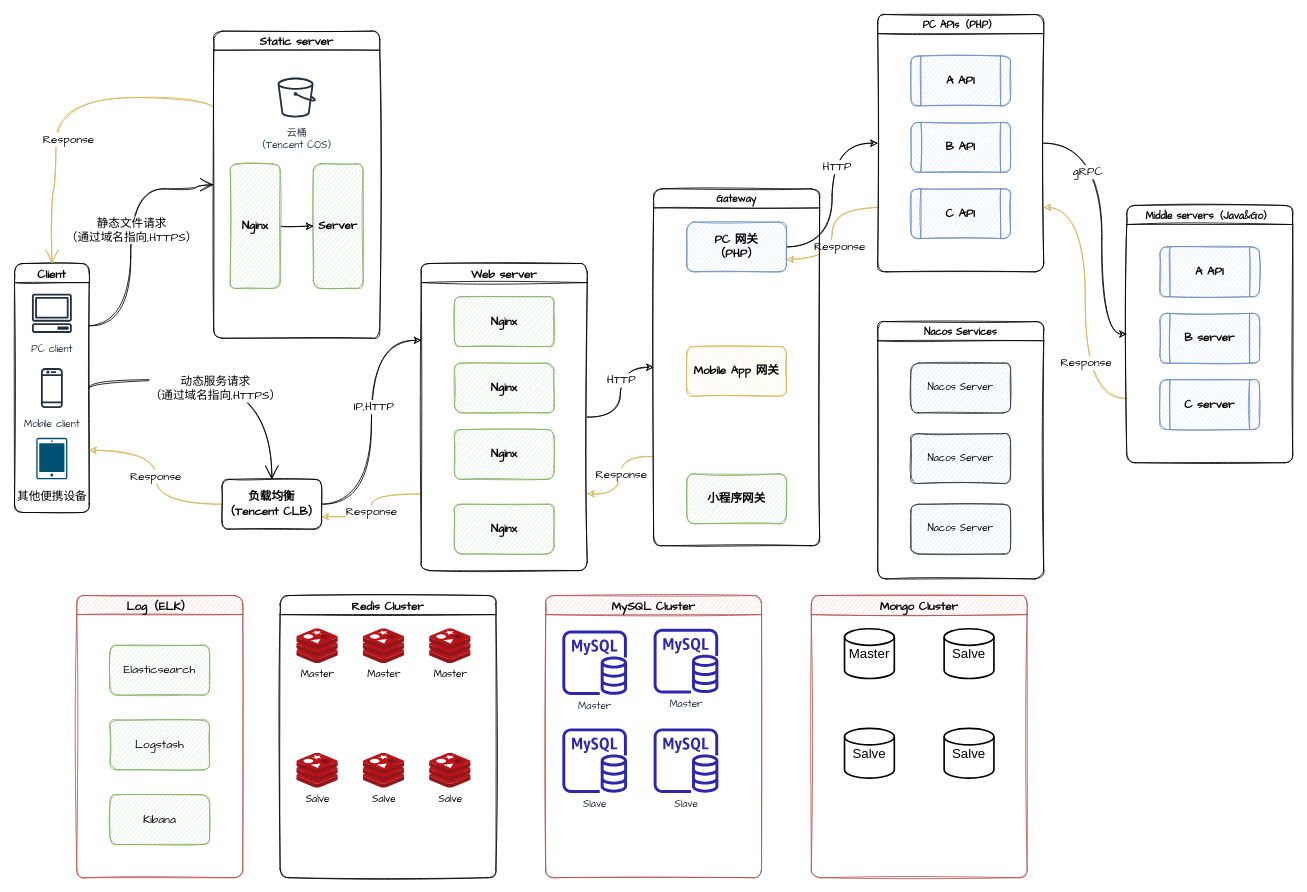
Earlier version of the draw.io diagram diagrams.net/jiagoutu.drawio (karoc/karoc). Source tidied: cells renumbered, new cells numbered last; positions are measured from the earlier drawing's top-left corner, leaving out a move shared by most shapes. Both pictures are drawn from the tidied source at 83%, with x=0, y=0 at pixel (14, 14).
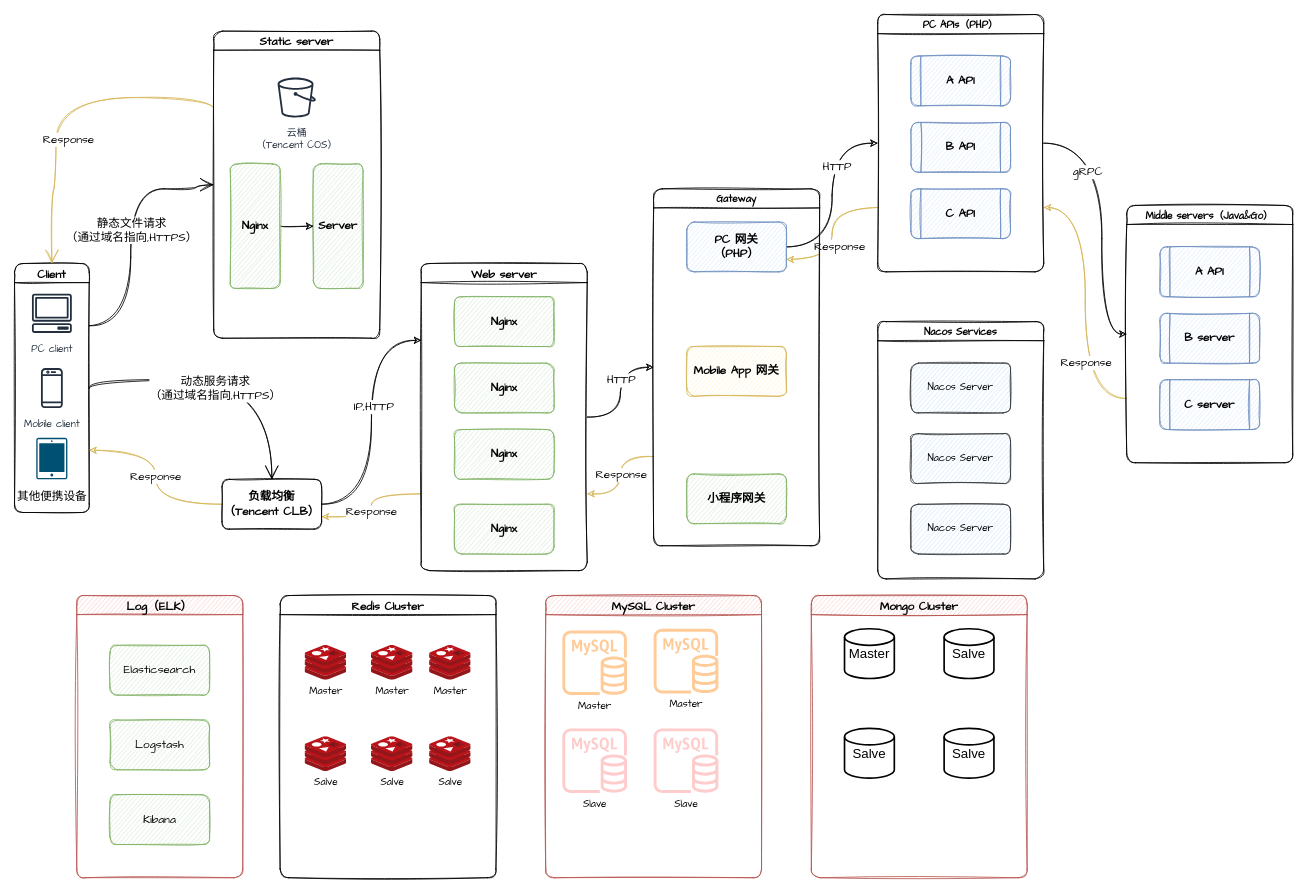
The same diagram, later.

The change refers to these unchanged cells:
```xml
<mxCell id="56" value="Redis Cluster" style="swimlane;rounded=1;sketch=1;fontFamily=Comic Sans MS;fontSize=14;" parent="1" vertex="1">
  <mxGeometry x="320" y="700" width="260" height="340" as="geometry" />
</mxCell>
<mxCell id="63" value="MySQL Cluster" style="swimlane;rounded=1;sketch=1;fontFamily=Comic Sans MS;fontSize=14;fillColor=#f8cecc;strokeColor=#b85450;" parent="1" vertex="1">
  <mxGeometry x="640" y="700" width="260" height="340" as="geometry" />
</mxCell>
```

The edit, as a diff of the source:
```diff
@@
     <mxCell id="57" value="Master" style="sketch=0;html=1;align=center;image;fontSize=12;image=img/lib/mscae/Cache_Redis_Product.svg;rounded=1;fontFamily=Comic Sans MS;" parent="56" vertex="1">
-      <mxGeometry x="20" y="40" width="50" height="42" as="geometry" />
+      <mxGeometry x="30" y="60" width="50" height="42" as="geometry" />
     </mxCell>
     <mxCell id="58" value="Master" style="sketch=0;html=1;align=center;image;fontSize=12;image=img/lib/mscae/Cache_Redis_Product.svg;rounded=1;fontFamily=Comic Sans MS;" parent="56" vertex="1">
-      <mxGeometry x="100" y="40" width="50" height="42" as="geometry" />
+      <mxGeometry x="110" y="60" width="50" height="42" as="geometry" />
     </mxCell>
     <mxCell id="59" value="Master" style="sketch=0;html=1;align=center;image;fontSize=12;image=img/lib/mscae/Cache_Redis_Product.svg;rounded=1;fontFamily=Comic Sans MS;" parent="56" vertex="1">
-      <mxGeometry x="180" y="40" width="50" height="42" as="geometry" />
+      <mxGeometry x="180" y="60" width="50" height="42" as="geometry" />
     </mxCell>
     <mxCell id="60" value="Salve" style="sketch=0;html=1;align=center;image;fontSize=12;image=img/lib/mscae/Cache_Redis_Product.svg;rounded=1;fontFamily=Comic Sans MS;" parent="56" vertex="1">
-      <mxGeometry x="100" y="190" width="50" height="42" as="geometry" />
+      <mxGeometry x="110" y="170" width="50" height="42" as="geometry" />
     </mxCell>
     <mxCell id="61" value="Salve" style="sketch=0;html=1;align=center;image;fontSize=12;image=img/lib/mscae/Cache_Redis_Product.svg;rounded=1;fontFamily=Comic Sans MS;" parent="56" vertex="1">
-      <mxGeometry x="180" y="190" width="50" height="42" as="geometry" />
+      <mxGeometry x="180" y="170" width="50" height="42" as="geometry" />
     </mxCell>
     <mxCell id="62" value="Salve" style="sketch=0;html=1;align=center;image;fontSize=12;image=img/lib/mscae/Cache_Redis_Product.svg;rounded=1;fontFamily=Comic Sans MS;" parent="56" vertex="1">
-      <mxGeometry x="20" y="190" width="50" height="42" as="geometry" />
+      <mxGeometry x="30" y="170" width="50" height="42" as="geometry" />
     </mxCell>
@@
-    <mxCell id="64" value="Master" style="sketch=0;fontColor=#232F3E;gradientColor=none;fillColor=#2E27AD;strokeColor=none;dashed=0;verticalLabelPosition=bottom;verticalAlign=top;align=center;html=1;fontSize=12;fontStyle=0;shape=mxgraph.aws4.rds_mysql_instance;rounded=1;fontFamily=Comic Sans MS;" parent="63" vertex="1">
+    <mxCell id="64" value="Master" style="sketch=0;fillColor=#ffcc99;strokeColor=#36393d;dashed=0;verticalLabelPosition=bottom;verticalAlign=top;align=center;html=1;fontSize=12;fontStyle=0;shape=mxgraph.aws4.rds_mysql_instance;rounded=1;fontFamily=Comic Sans MS;" parent="63" vertex="1">
       <mxGeometry x="20" y="42" width="78" height="78" as="geometry" />
     </mxCell>
-    <mxCell id="65" value="Master" style="sketch=0;fontColor=#232F3E;gradientColor=none;fillColor=#2E27AD;strokeColor=none;dashed=0;verticalLabelPosition=bottom;verticalAlign=top;align=center;html=1;fontSize=12;fontStyle=0;shape=mxgraph.aws4.rds_mysql_instance;rounded=1;fontFamily=Comic Sans MS;" parent="63" vertex="1">
+    <mxCell id="65" value="Master" style="sketch=0;fillColor=#ffcc99;strokeColor=#36393d;dashed=0;verticalLabelPosition=bottom;verticalAlign=top;align=center;html=1;fontSize=12;fontStyle=0;shape=mxgraph.aws4.rds_mysql_instance;rounded=1;fontFamily=Comic Sans MS;" parent="63" vertex="1">
       <mxGeometry x="130" y="40" width="78" height="78" as="geometry" />
     </mxCell>
-    <mxCell id="66" value="Slave" style="sketch=0;fontColor=#232F3E;gradientColor=none;fillColor=#2E27AD;strokeColor=none;dashed=0;verticalLabelPosition=bottom;verticalAlign=top;align=center;html=1;fontSize=12;fontStyle=0;shape=mxgraph.aws4.rds_mysql_instance;rounded=1;fontFamily=Comic Sans MS;" parent="63" vertex="1">
+    <mxCell id="66" value="Slave" style="sketch=0;fillColor=#ffcccc;strokeColor=#36393d;dashed=0;verticalLabelPosition=bottom;verticalAlign=top;align=center;html=1;fontSize=12;fontStyle=0;shape=mxgraph.aws4.rds_mysql_instance;rounded=1;fontFamily=Comic Sans MS;" parent="63" vertex="1">
       <mxGeometry x="20" y="160" width="78" height="78" as="geometry" />
     </mxCell>
-    <mxCell id="67" value="Slave" style="sketch=0;fontColor=#232F3E;gradientColor=none;fillColor=#2E27AD;strokeColor=none;dashed=0;verticalLabelPosition=bottom;verticalAlign=top;align=center;html=1;fontSize=12;fontStyle=0;shape=mxgraph.aws4.rds_mysql_instance;rounded=1;fontFamily=Comic Sans MS;" parent="63" vertex="1">
+    <mxCell id="67" value="Slave" style="sketch=0;fillColor=#ffcccc;strokeColor=#36393d;dashed=0;verticalLabelPosition=bottom;verticalAlign=top;align=center;html=1;fontSize=12;fontStyle=0;shape=mxgraph.aws4.rds_mysql_instance;rounded=1;fontFamily=Comic Sans MS;" parent="63" vertex="1">
       <mxGeometry x="130" y="160" width="78" height="78" as="geometry" />
     </mxCell>
```
